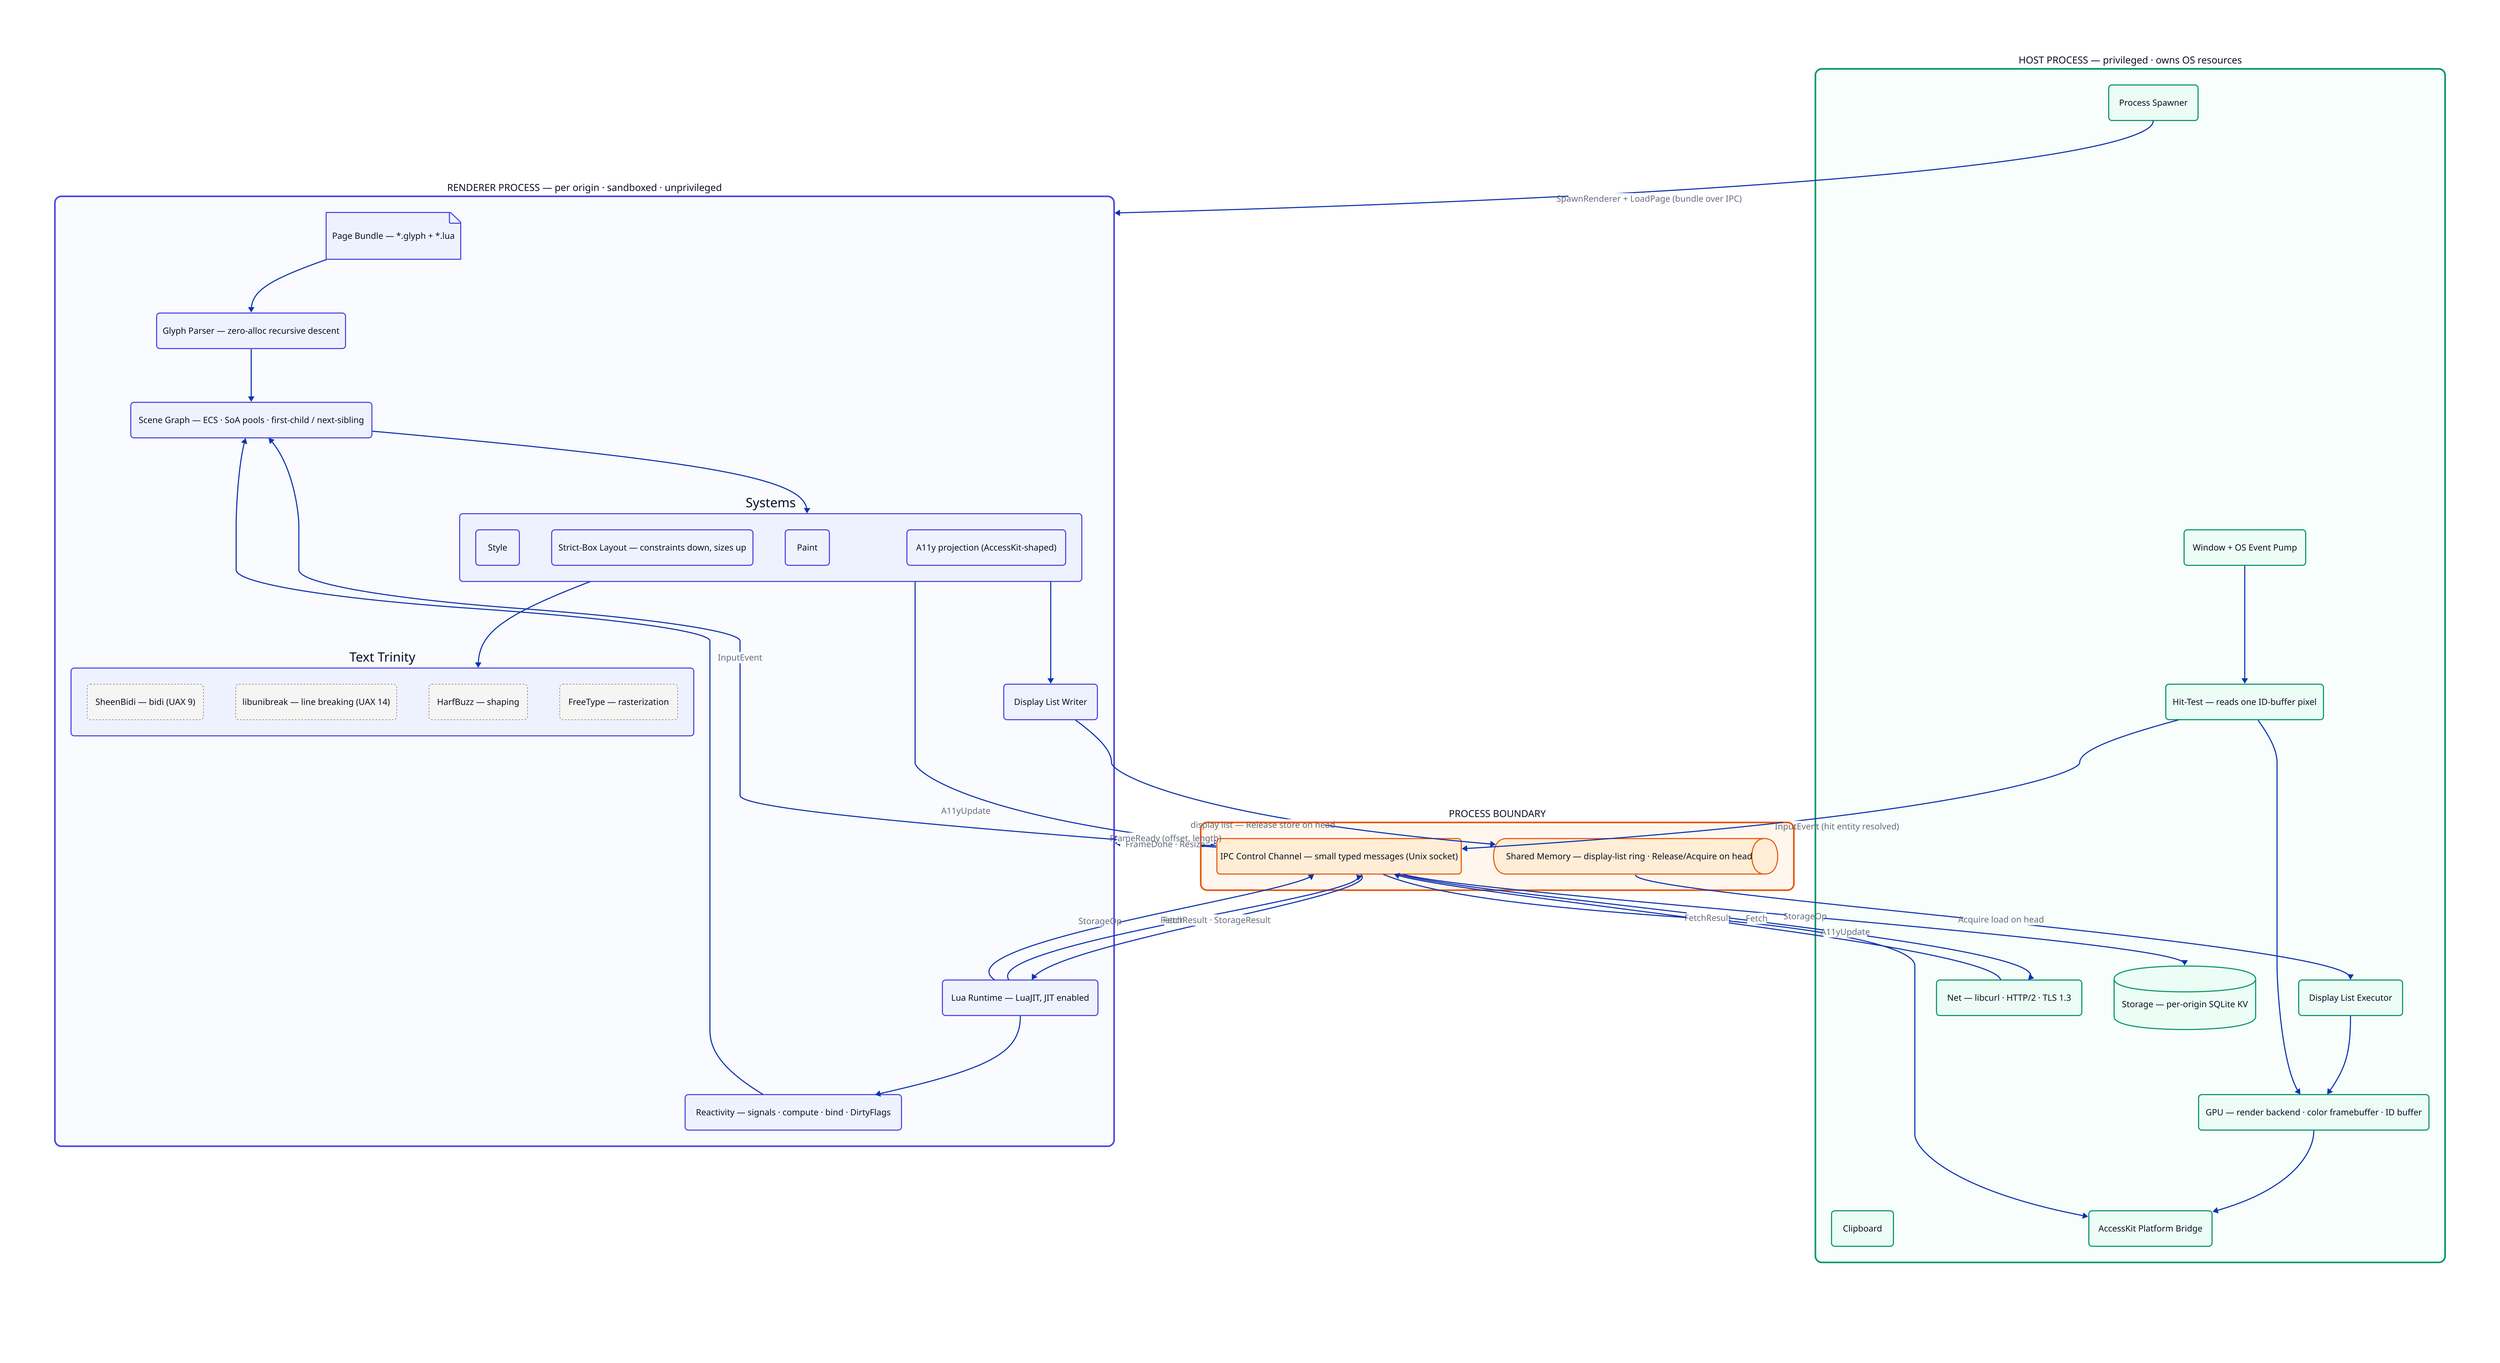
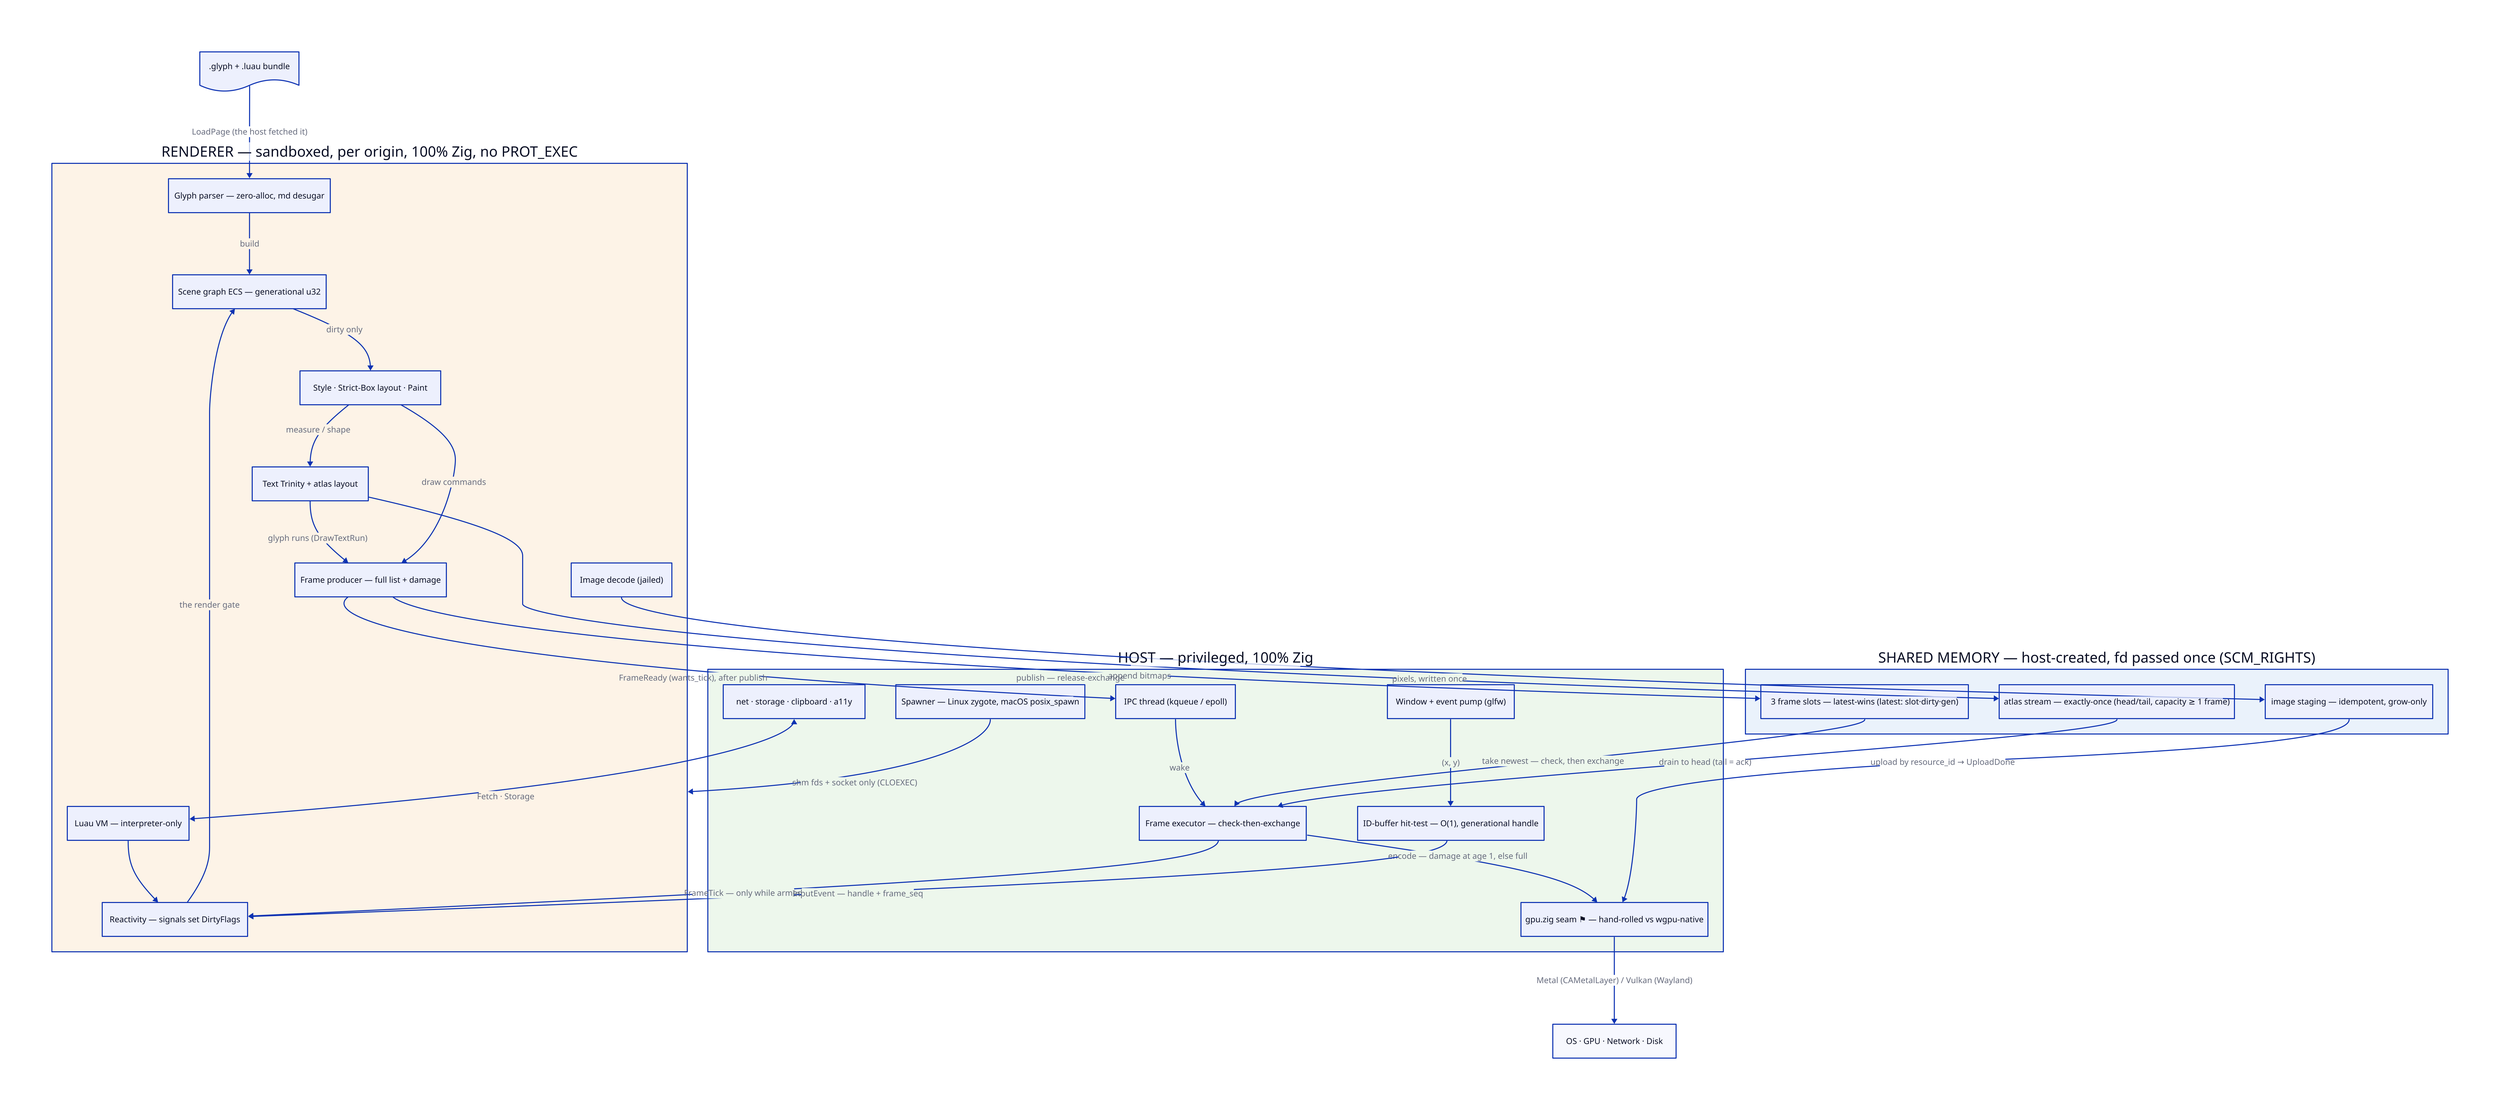
- # ============================================================
- #  Cara — High-Level Architecture
+ # Cara — High-Level Architecture (v2, converged)
+ # Render:  d2 --layout=elk architecture.d2 architecture.svg
+ # Lives at: docs/diagrams/architecture.d2  (rendered .svg next to it)
#
- #  A from-scratch browser. Two OS processes, one shared-memory
- #  data path, and one IPC control channel. The renderer is
- #  sandboxed and unprivileged; the host owns all OS resources.
- #
- #  Render:   d2 architecture.d2 architecture.svg
- #  Live:     d2 --watch architecture.d2
- # ============================================================
+ # Two processes, two channel kinds. Frames are latest-wins; atlas additions
+ # are a stream. No pointers across the boundary, no executable memory in the
+ # jail, no work while idle. (Full prose: docs/architecture-overview.md)

direction: down

- # ---- Shared visual vocabulary --------------------------------
- classes: {
-   rcomp: {
-     style: { fill: "#eef2ff"; stroke: "#4f46e5"; stroke-width: 2; border-radius: 6 }
-   }
-   hcomp: {
-     style: { fill: "#ecfdf5"; stroke: "#059669"; stroke-width: 2; border-radius: 6 }
-   }
-   vendor: {
-     style: { fill: "#f5f5f4"; stroke: "#78716c"; stroke-width: 1; stroke-dash: 3; border-radius: 6 }
-   }
-   chan: {
-     style: { fill: "#ffedd5"; stroke: "#ea580c"; stroke-width: 2; border-radius: 6 }
-   }
+ bundle: {
+   shape: document
+   label: ".glyph + .luau bundle"
}

- # ============================================================
- #  RENDERER PROCESS  (one per origin · sandboxed · unprivileged)
- #  No syscalls, no filesystem, no network. Everything it needs
- #  from the outside world crosses the IPC boundary below.
- # ============================================================
- renderer: "RENDERER PROCESS — per origin · sandboxed · unprivileged" {
-   style: { fill: "#fafbff"; stroke: "#4f46e5"; stroke-width: 3; border-radius: 12; font-size: 18 }
+ renderer: {
+   label: "RENDERER — sandboxed, per origin, 100% Zig, no PROT_EXEC"
+   style.fill: "#FDF3E7"

-   bundle: "Page Bundle — *.glyph + *.lua" { shape: page; class: rcomp }
-   parser: "Glyph Parser — zero-alloc recursive descent" { class: rcomp }
-   lua: "Lua Runtime — LuaJIT, JIT enabled" { class: rcomp }
-   react: "Reactivity — signals · compute · bind · DirtyFlags" { class: rcomp }
-   scene: "Scene Graph — ECS · SoA pools · first-child / next-sibling" { class: rcomp }
+   parser: "Glyph parser — zero-alloc, md desugar"
+   luau: "Luau VM — interpreter-only"
+   react: "Reactivity — signals set DirtyFlags"
+   scene: "Scene graph ECS — generational u32"
+   systems: "Style · Strict-Box layout · Paint"
+   trinity: "Text Trinity + atlas layout"
+   imgdec: "Image decode (jailed)"
+   producer: "Frame producer — full list + damage"

-   systems: "Systems" {
-     style: { fill: "#eef2ff"; stroke: "#4f46e5"; border-radius: 6 }
-     sty: "Style" { class: rcomp }
-     lay: "Strict-Box Layout — constraints down, sizes up" { class: rcomp }
-     pnt: "Paint" { class: rcomp }
-     acc: "A11y projection (AccessKit-shaped)" { class: rcomp }
-   }
- 
-   text: "Text Trinity" {
-     style: { fill: "#eef2ff"; stroke: "#4f46e5"; border-radius: 6 }
-     bidi: "SheenBidi — bidi (UAX 9)" { class: vendor }
-     brk: "libunibreak — line breaking (UAX 14)" { class: vendor }
-     shp: "HarfBuzz — shaping" { class: vendor }
-     ras: "FreeType — rasterization" { class: vendor }
-   }
- 
-   dlw: "Display List Writer" { class: rcomp }
- 
-   # internal pipeline
-   bundle -> parser
-   parser -> scene
-   lua -> react
-   react -> scene
-   scene -> systems
-   systems -> text
-   systems -> dlw
+   parser -> scene: build
+   luau -> react
+   react -> scene: "the render gate"
+   scene -> systems: "dirty only"
+   systems -> trinity: "measure / shape"
+   trinity -> producer: "glyph runs (DrawTextRun)"
+   systems -> producer: "draw commands"
}

- # ============================================================
- #  THE BOUNDARY  (security + performance + conceptual split)
- #  Everything large flows through shared memory; everything
- #  controlling flows through IPC. There is no third channel.
- # ============================================================
- channels: "PROCESS BOUNDARY" {
-   style: { fill: "#fff7ed"; stroke: "#ea580c"; stroke-width: 3; border-radius: 12; font-size: 18 }
+ shm: {
+   label: "SHARED MEMORY — host-created, fd passed once (SCM_RIGHTS)"
+   style.fill: "#EAF2FB"

-   ring: "Shared Memory — display-list ring · Release/Acquire on head" {
-     shape: queue
-     class: chan
-   }
-   ipc: "IPC Control Channel — small typed messages (Unix socket)" {
-     class: chan
-   }
+   slots: "3 frame slots — latest-wins (latest: slot·dirty·gen)"
+   atlas: "atlas stream — exactly-once (head/tail, capacity ≥ 1 frame)"
+   staging: "image staging — idempotent, grow-only"
}

- # ============================================================
- #  HOST PROCESS  (privileged · owns window, GPU, net, storage)
- # ============================================================
- host: "HOST PROCESS — privileged · owns OS resources" {
-   style: { fill: "#f7fefb"; stroke: "#059669"; stroke-width: 3; border-radius: 12; font-size: 18 }
+ host: {
+   label: "HOST — privileged, 100% Zig"
+   style.fill: "#EDF7EC"

-   win: "Window + OS Event Pump" { class: hcomp }
-   spawn: "Process Spawner" { class: hcomp }
-   exec: "Display List Executor" { class: hcomp }
-   gpu: "GPU — render backend · color framebuffer · ID buffer" { class: hcomp }
-   hit: "Hit-Test — reads one ID-buffer pixel" { class: hcomp }
-   net: "Net — libcurl · HTTP/2 · TLS 1.3" { class: hcomp }
-   store: "Storage — per-origin SQLite KV" { shape: cylinder; class: hcomp }
-   clip: "Clipboard" { class: hcomp }
-   a11ybridge: "AccessKit Platform Bridge" { class: hcomp }
+   ipcThread: "IPC thread (kqueue / epoll)"
+   exec: "Frame executor — check-then-exchange"
+   gpu: "gpu.zig seam ⚑ — hand-rolled vs wgpu-native"
+   hittest: "ID-buffer hit-test — O(1), generational handle"
+   window: "Window + event pump (glfw)"
+   services: "net · storage · clipboard · a11y"
+   spawn: "Spawner — Linux zygote, macOS posix_spawn"

-   # internal flow
-   exec -> gpu
-   win -> hit
-   hit -> gpu
-   gpu -> a11ybridge
+   ipcThread -> exec: wake
+   exec -> gpu: "encode — damage at age 1, else full"
+   window -> hittest: "(x, y)"
}

- # ============================================================
- #  CROSS-BOUNDARY FLOWS
- # ============================================================
+ osgpu: "OS · GPU · Network · Disk"

- # --- Bulk data path: renderer produces, host consumes (the ring) ---
- renderer.dlw -> channels.ring: display list — Release store on head
- channels.ring -> host.exec: Acquire load on head
+ # ---- page load ----
+ bundle -> renderer.parser: "LoadPage (the host fetched it)"

- # --- Lifecycle: host spawns and feeds the renderer ---
- host.spawn -> renderer: SpawnRenderer + LoadPage (bundle over IPC)
+ # ---- bulk data: shared memory ----
+ renderer.producer -> shm.slots: "publish — release-exchange"
+ shm.slots -> host.exec: "take newest — check, then exchange"
+ renderer.trinity -> shm.atlas: "append bitmaps"
+ shm.atlas -> host.exec: "drain to head (tail = ack)"
+ renderer.imgdec -> shm.staging: "pixels, written once"
+ shm.staging -> host.gpu: "upload by resource_id → UploadDone"

- # --- Frame handshake ---
- renderer -> channels.ipc: FrameReady (offset, length)
- channels.ipc -> renderer: FrameDone · Resize
+ # ---- control: IPC socket, 13 typed messages ----
+ renderer.producer -> host.ipcThread: "FrameReady (wants_tick), after publish"
+ host.exec -> renderer.react: "FrameTick — only while armed"
+ host.hittest -> renderer.react: "InputEvent — handle + frame_seq"
+ host.services <-> renderer.luau: "Fetch · Storage"
+ host.spawn -> renderer: "shm fds + socket only (CLOEXEC)"

- # --- Network: renderer asks, host fetches ---
- renderer.lua -> channels.ipc: Fetch
- channels.ipc -> host.net: Fetch
- host.net -> channels.ipc: FetchResult
- channels.ipc -> renderer.lua: FetchResult · StorageResult
- 
- # --- Storage over IPC ---
- renderer.lua -> channels.ipc: StorageOp
- channels.ipc -> host.store: StorageOp
- 
- # --- Input: host hit-tests, sends resolved entity to renderer ---
- host.hit -> channels.ipc: InputEvent (hit entity resolved)
- channels.ipc -> renderer.scene: InputEvent
- 
- # --- Accessibility projection ---
- renderer.systems -> channels.ipc: A11yUpdate
- channels.ipc -> host.a11ybridge: A11yUpdate
- 
- # ============================================================
- #  LEGEND — the 12 IPC control-message types
- # ============================================================
- legend: |md
-   ### IPC control messages (v1)
-   `LoadPage` · `Fetch` · `FetchResult` · `StorageOp` · `StorageResult` · `InputEvent`
-   `FrameReady` · `FrameDone` · `A11yUpdate` · `Resize` · `SpawnRenderer` · `ProcessHealthcheck`
- |
- legend.near: bottom-center
+ # ---- the metal ----
+ host.gpu -> osgpu: "Metal (CAMetalLayer) / Vulkan (Wayland)"
